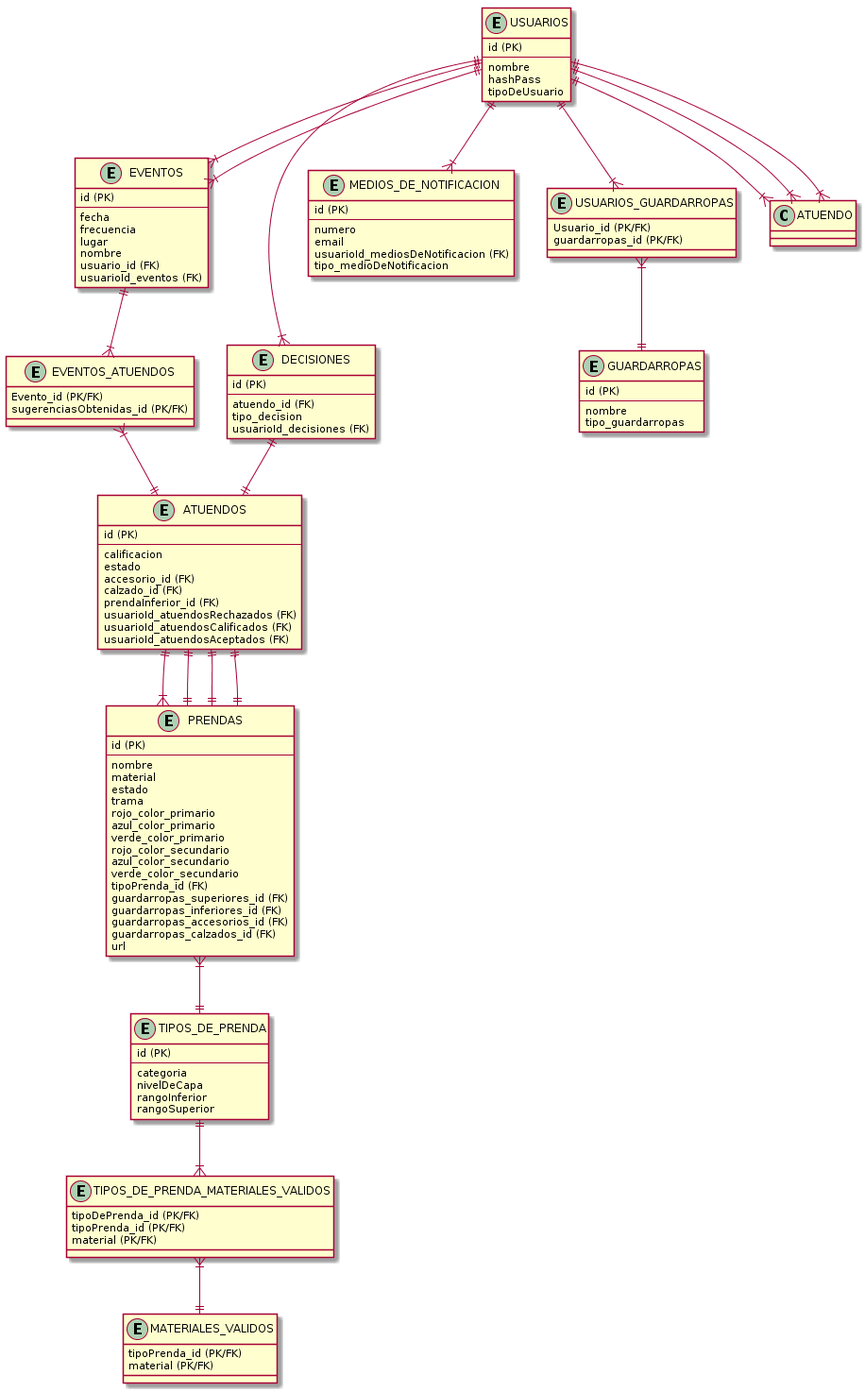
This is Diagramas/DERTPA.png from facundosalerno/2019-vi-no-group-20, a PlantUML export, as it was before one commit.
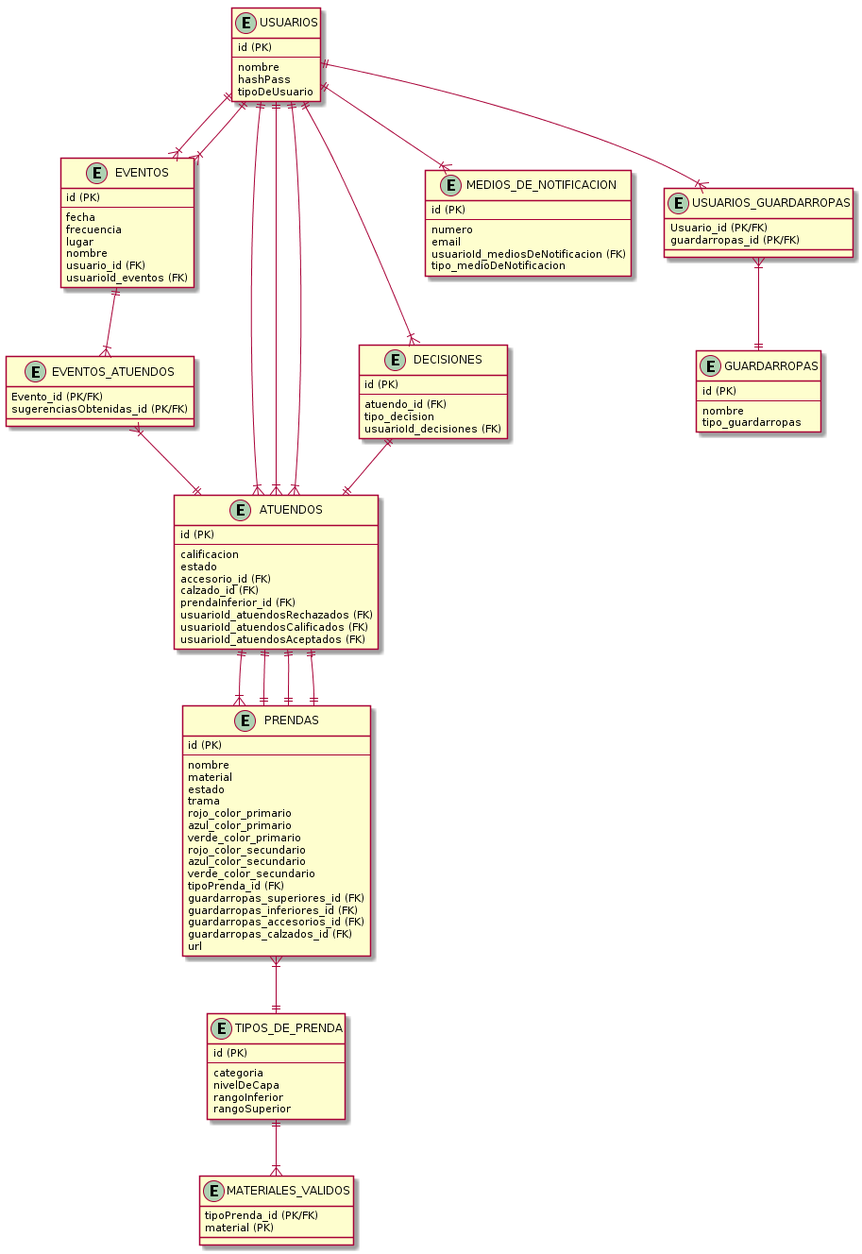
After the change.

What changed in the source:
```diff
@@ -75,14 +75,9 @@
 
 entity MATERIALES_VALIDOS{
 	tipoPrenda_id (PK/FK)
-	material (PK/FK)
+	material (PK)
 }
 
-entity TIPOS_DE_PRENDA_MATERIALES_VALIDOS{
-	tipoDePrenda_id (PK/FK)
-	tipoPrenda_id (PK/FK)
-	material (PK/FK)
-}
 
 entity MEDIOS_DE_NOTIFICACION{
 	id (PK)
@@ -115,11 +110,11 @@
 
 USUARIOS ||--|{ DECISIONES
 
-USUARIOS ||--|{ ATUENDO
+USUARIOS ||--|{ ATUENDOS
 
-USUARIOS ||--|{ ATUENDO
+USUARIOS ||--|{ ATUENDOS
 
-USUARIOS ||--|{ ATUENDO
+USUARIOS ||--|{ ATUENDOS
 
 USUARIOS ||--|{ MEDIOS_DE_NOTIFICACION
 
@@ -137,8 +132,6 @@
 
 DECISIONES ||--|| ATUENDOS
 
-TIPOS_DE_PRENDA ||--|{ TIPOS_DE_PRENDA_MATERIALES_VALIDOS
-
-TIPOS_DE_PRENDA_MATERIALES_VALIDOS }|--|| MATERIALES_VALIDOS
+TIPOS_DE_PRENDA ||--|{ MATERIALES_VALIDOS
 
 @enduml
```
